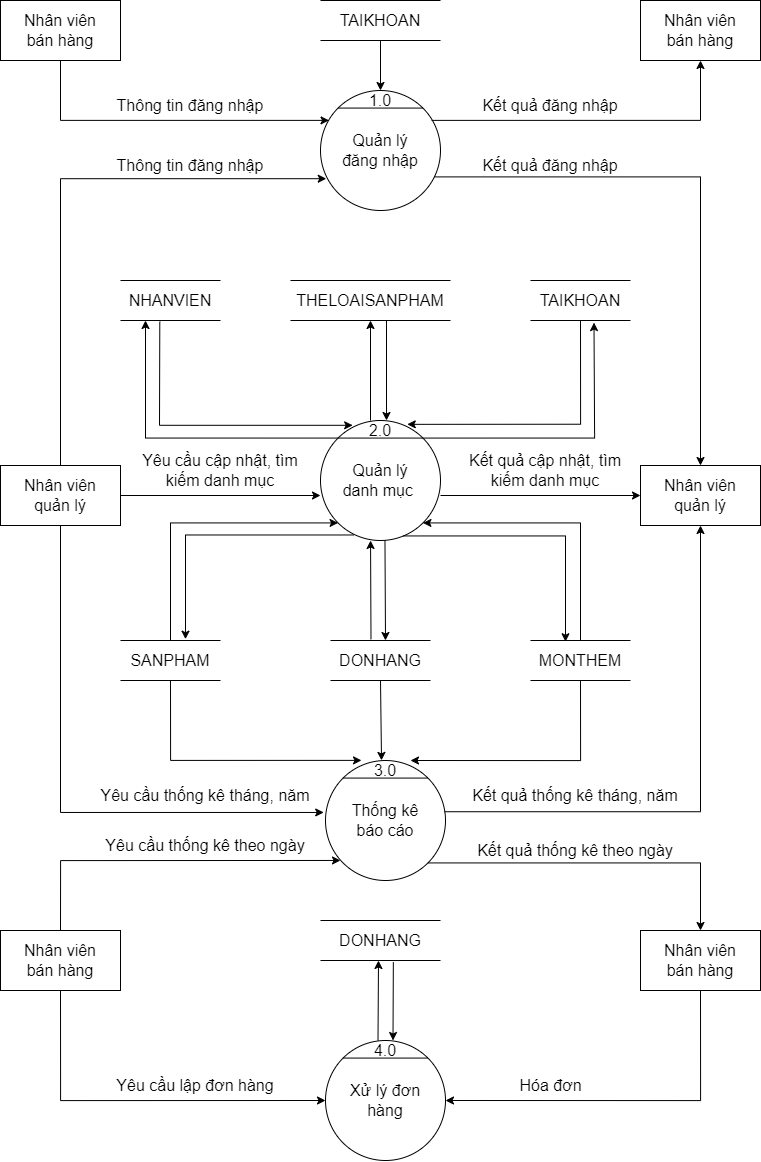
The draw.io diagram BFD&DFD/BFD&DFD mức 0, 1, 2, 3/DFD_0_Version_Final.png in hungtadasuke/CoffeShop_SoftwareTechnology, before a commit. Source tidied: cells renumbered, new cells last; positions are measured from the earlier drawing's top-left corner, leaving out a move shared by most shapes.
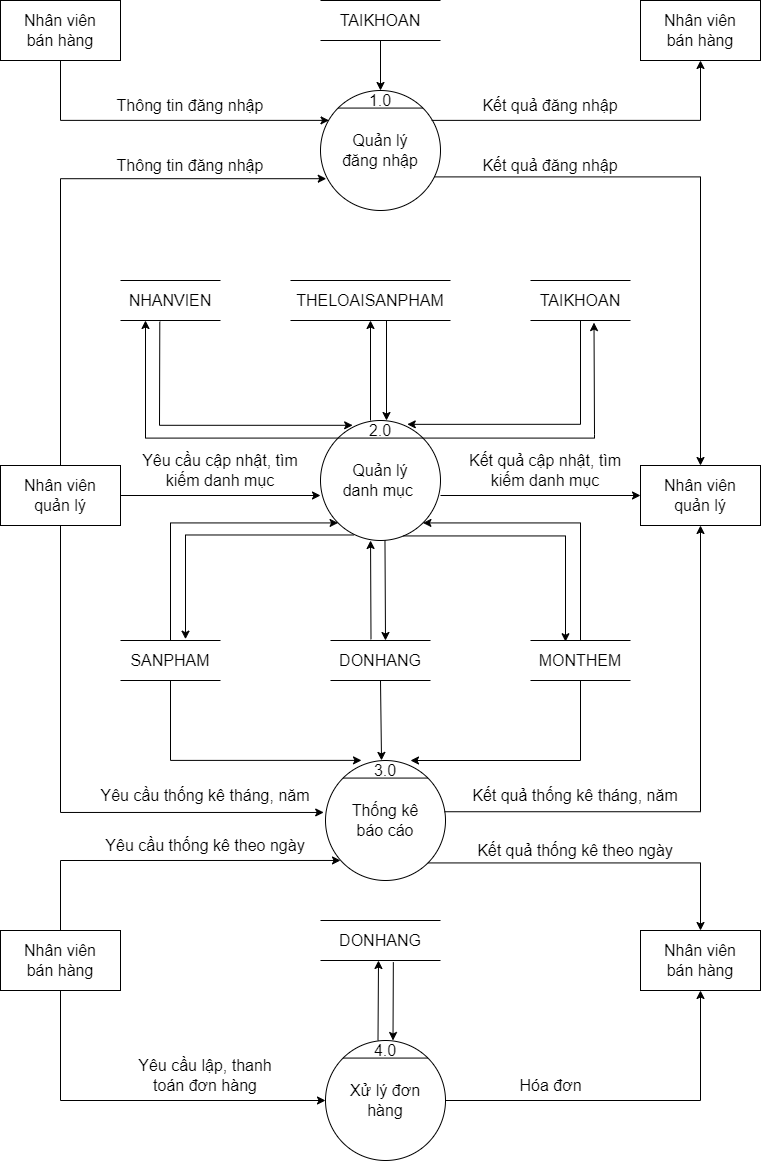
After the commit.

Diff of the diagram source:
```diff
@@ -310,15 +310,15 @@
         </Array>
       </mxGeometry>
     </mxCell>
-    <mxCell id="75" style="edgeStyle=segmentEdgeStyle;endArrow=classic;html=1;rounded=0;fontSize=16;exitX=0.5;exitY=1;exitDx=0;exitDy=0;entryX=1;entryY=0.5;entryDx=0;entryDy=0;" parent="1" edge="1" source="67" target="12">
+    <mxCell id="75" style="edgeStyle=segmentEdgeStyle;endArrow=classic;html=1;rounded=0;fontSize=16;entryX=0.5;entryY=1;entryDx=0;entryDy=0;exitX=1;exitY=0.5;exitDx=0;exitDy=0;" parent="1" edge="1" source="12" target="67">
       <mxGeometry relative="1" as="geometry">
         <Array as="points">
           <mxPoint x="700" y="1100" />
         </Array>
       </mxGeometry>
     </mxCell>
-    <mxCell id="76" value="Yêu cầu lập đơn hàng" style="text;html=1;strokeColor=none;fillColor=none;align=center;verticalAlign=middle;whiteSpace=wrap;rounded=0;fontSize=16;" parent="1" vertex="1">
-      <mxGeometry x="110" y="1070" width="170" height="30" as="geometry" />
+    <mxCell id="76" value="Yêu cầu lập, thanh toán đơn hàng" style="text;html=1;strokeColor=none;fillColor=none;align=center;verticalAlign=middle;whiteSpace=wrap;rounded=0;fontSize=16;" parent="1" vertex="1">
+      <mxGeometry x="120" y="1060" width="170" height="30" as="geometry" />
     </mxCell>
     <mxCell id="77" value="Hóa đơn" style="text;html=1;strokeColor=none;fillColor=none;align=center;verticalAlign=middle;whiteSpace=wrap;rounded=0;fontSize=16;" parent="1" vertex="1">
       <mxGeometry x="502.5" y="1070" width="95" height="30" as="geometry" />
```
